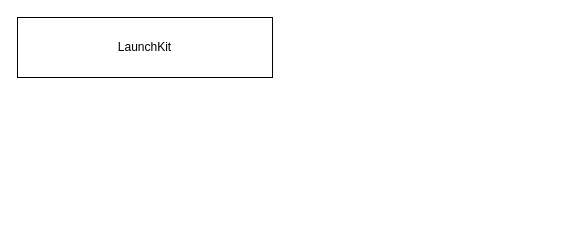
amlel-el-mahrouss/krnl-ne.app-mirror keeps this draw.io diagram as docs/drawio/LAUNCH_DESIGN.drawio. Above is the earlier version. Source tidied: cells renumbered, new cells numbered last; positions are measured from the earlier drawing's top-left corner, leaving out a move shared by most shapes. Both pictures are drawn from the tidied source at 100%, with x=0, y=0 at pixel (17, 17).
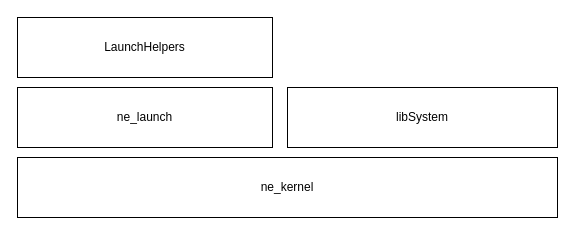
After the change.

Commit message (it also covers changes not shown here):
feat: launch: design of ne_launch done.

What changed in the source:
```diff
@@
 <mxGraphModel>
   <root>
     <mxCell id="0" />
     <mxCell id="1" parent="0" />
-    <mxCell id="2" value="LaunchKit" style="rounded=0;whiteSpace=wrap;html=1;" parent="1" vertex="1">
+    <mxCell id="2" value="LaunchHelpers" style="rounded=0;whiteSpace=wrap;html=1;" parent="1" vertex="1">
       <mxGeometry width="255" height="60" as="geometry" />
     </mxCell>
+    <mxCell id="3" value="ne_launch" style="rounded=0;whiteSpace=wrap;html=1;" parent="1" vertex="1">
+      <mxGeometry y="70" width="255" height="60" as="geometry" />
+    </mxCell>
+    <mxCell id="4" value="ne_kernel" style="rounded=0;whiteSpace=wrap;html=1;" parent="1" vertex="1">
+      <mxGeometry y="140" width="540" height="60" as="geometry" />
+    </mxCell>
+    <mxCell id="5" value="libSystem" style="rounded=0;whiteSpace=wrap;html=1;" parent="1" vertex="1">
+      <mxGeometry x="270" y="70" width="270" height="60" as="geometry" />
+    </mxCell>
   </root>
 </mxGraphModel>
```
